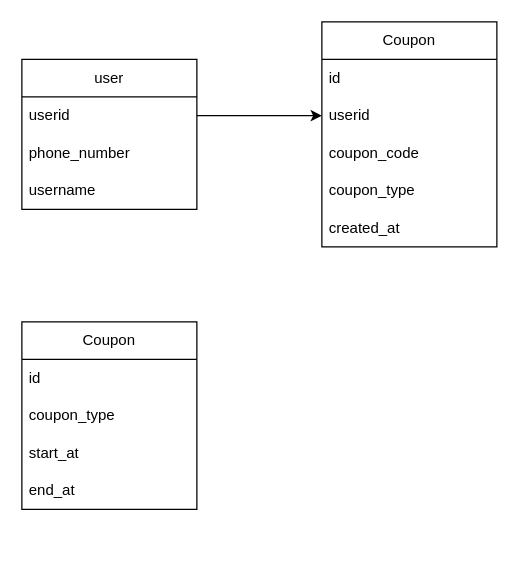
Heruing/coupon keeps this draw.io diagram as backend/erd.drawio. Above is the earlier version. Source tidied: cells renumbered, new cells numbered last; positions are measured from the earlier drawing's top-left corner, leaving out a move shared by most shapes. Both pictures are drawn from the tidied source at 125%, with x=0, y=0 at pixel (21, 21).
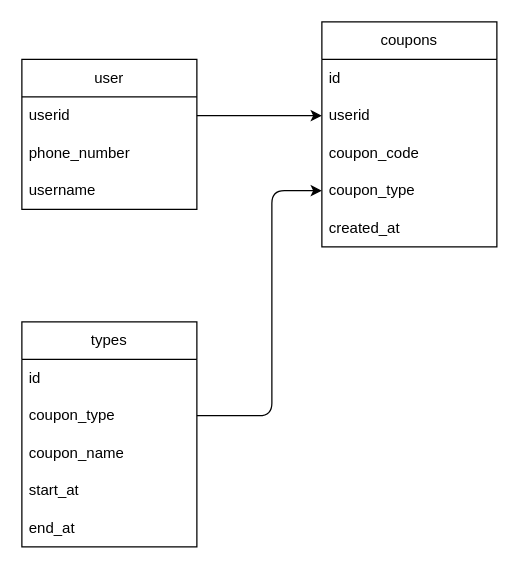
The same diagram, later.

Unchanged cells that the change refers to:
```xml
<mxCell id="10" value="coupon_type" style="text;strokeColor=none;fillColor=none;align=left;verticalAlign=middle;spacingLeft=4;spacingRight=4;overflow=hidden;points=[[0,0.5],[1,0.5]];portConstraint=eastwest;whiteSpace=wrap;html=1;" parent="6" vertex="1">
  <mxGeometry y="120" width="140" height="30" as="geometry" />
</mxCell>
<mxCell id="15" value="coupon_type" style="text;strokeColor=none;fillColor=none;align=left;verticalAlign=middle;spacingLeft=4;spacingRight=4;overflow=hidden;points=[[0,0.5],[1,0.5]];portConstraint=eastwest;whiteSpace=wrap;html=1;" parent="13" vertex="1">
  <mxGeometry y="60" width="140" height="30" as="geometry" />
</mxCell>
```

Diff of the diagram source:
```diff
@@
-    <mxCell id="6" value="Coupon" style="swimlane;fontStyle=0;horizontal=1;startSize=30;whiteSpace=wrap;html=1;" parent="1" vertex="1">
+    <mxCell id="6" value="coupons" style="swimlane;fontStyle=0;horizontal=1;startSize=30;whiteSpace=wrap;html=1;" parent="1" vertex="1">
       <mxGeometry x="240" width="140" height="180" as="geometry" />
     </mxCell>
@@
-    <mxCell id="13" value="Coupon" style="swimlane;fontStyle=0;horizontal=1;startSize=30;whiteSpace=wrap;html=1;" parent="1" vertex="1">
-      <mxGeometry y="240" width="140" height="150" as="geometry" />
+    <mxCell id="13" value="types" style="swimlane;fontStyle=0;horizontal=1;startSize=30;whiteSpace=wrap;html=1;" parent="1" vertex="1">
+      <mxGeometry y="240" width="140" height="180" as="geometry" />
     </mxCell>
@@
+    <mxCell id="18" value="coupon_name" style="text;strokeColor=none;fillColor=none;align=left;verticalAlign=middle;spacingLeft=4;spacingRight=4;overflow=hidden;whiteSpace=wrap;html=1;" parent="13" vertex="1">
+      <mxGeometry y="90" width="140" height="30" as="geometry" />
+    </mxCell>
     <mxCell id="16" value="start_at" style="text;strokeColor=none;fillColor=none;align=left;verticalAlign=middle;spacingLeft=4;spacingRight=4;overflow=hidden;whiteSpace=wrap;html=1;" parent="13" vertex="1">
-      <mxGeometry y="90" width="140" height="30" as="geometry" />
+      <mxGeometry y="120" width="140" height="30" as="geometry" />
     </mxCell>
     <mxCell id="17" value="end_at" style="text;strokeColor=none;fillColor=none;align=left;verticalAlign=middle;spacingLeft=4;spacingRight=4;overflow=hidden;whiteSpace=wrap;html=1;" parent="13" vertex="1">
-      <mxGeometry y="120" width="140" height="30" as="geometry" />
+      <mxGeometry y="150" width="140" height="30" as="geometry" />
     </mxCell>
+    <mxCell id="19" style="edgeStyle=none;html=1;exitX=1;exitY=0.5;exitDx=0;exitDy=0;entryX=0;entryY=0.5;entryDx=0;entryDy=0;" parent="1" edge="1" source="15" target="10">
+      <mxGeometry relative="1" as="geometry">
+        <Array as="points">
+          <mxPoint x="200" y="315" />
+          <mxPoint x="200" y="135" />
+        </Array>
+      </mxGeometry>
+    </mxCell>
```
